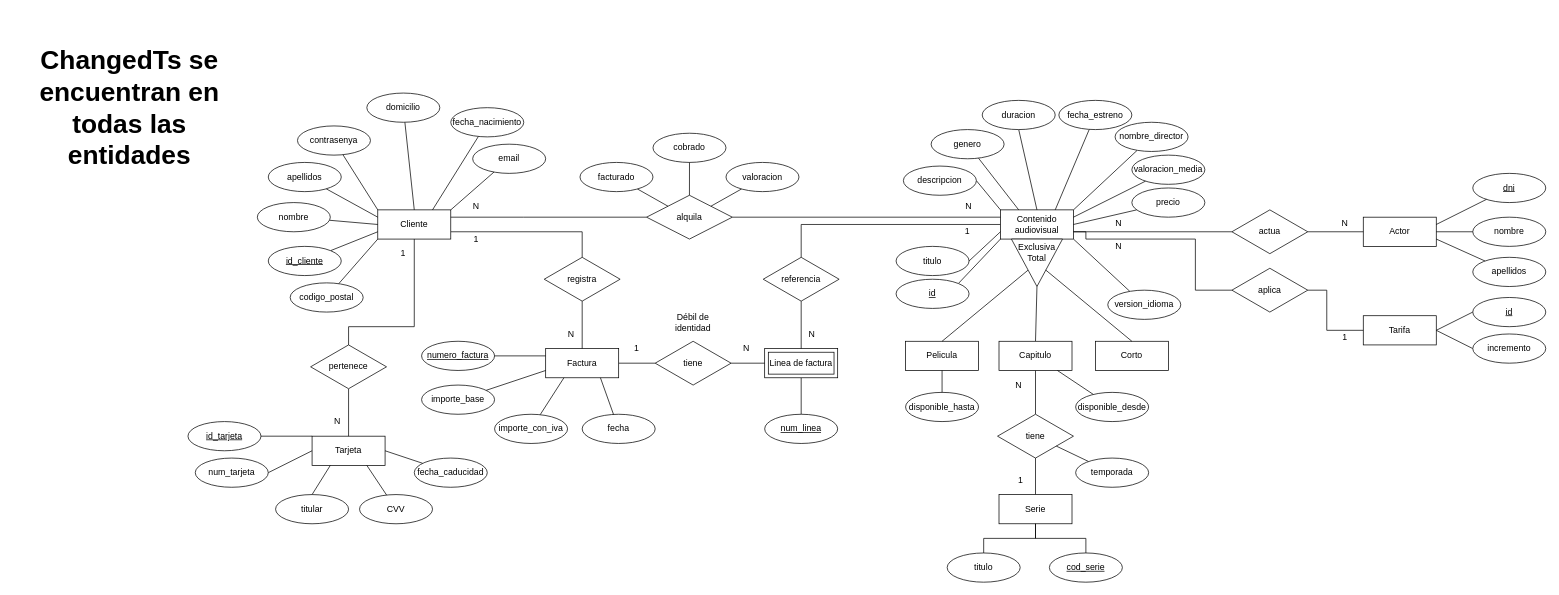
Above: Modelo Entidad-Relacion.drawio in Ivanmontesinos21/Proyecto_MiraVereda (draw.io), before the change. Source tidied: cells renumbered, new cells numbered last; positions are measured from the earlier drawing's top-left corner, leaving out a move shared by most shapes. Both pictures are drawn from the tidied source at 73%, with x=0, y=0 at pixel (12, 12).
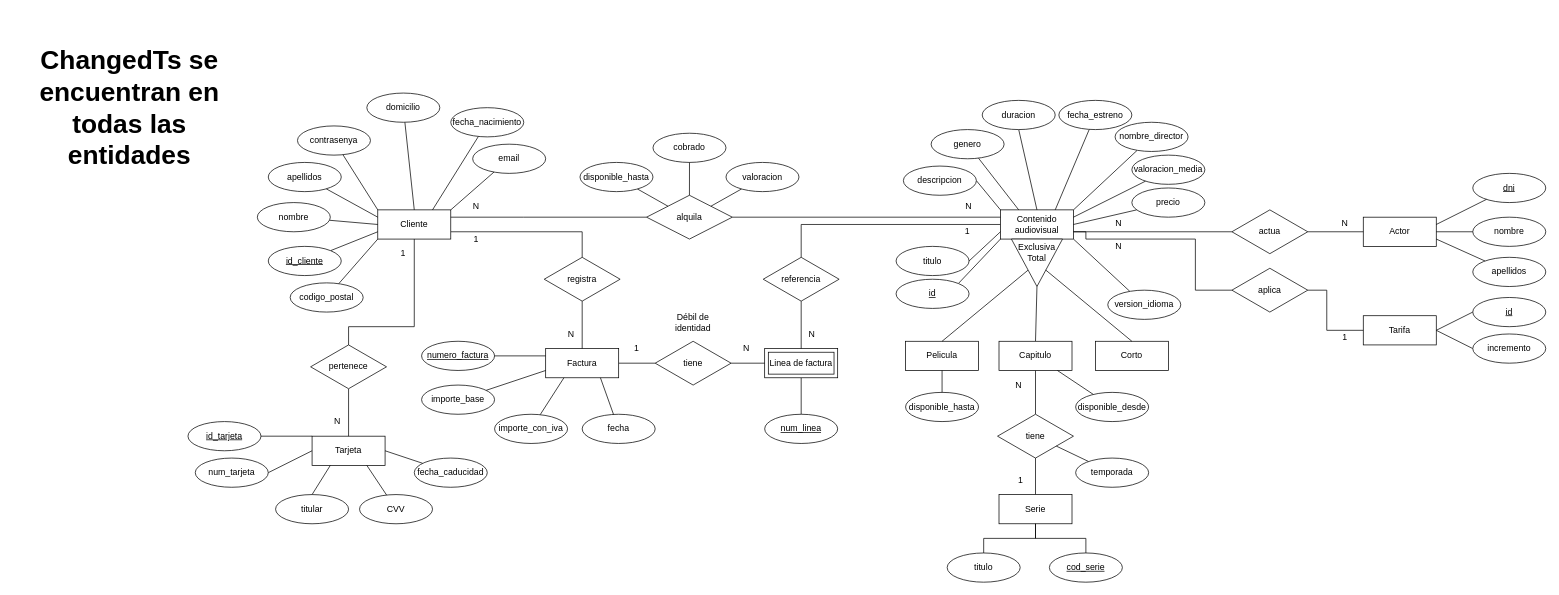
The same page after the edit.

What changed in the source:
```diff
@@
-    <mxCell id="112" value="facturado" style="ellipse;whiteSpace=wrap;html=1;align=center;" parent="1" vertex="1">
+    <mxCell id="112" value="disponible_hasta" style="ellipse;whiteSpace=wrap;html=1;align=center;" parent="1" vertex="1">
       <mxGeometry x="777" y="205" width="100" height="40" as="geometry" />
     </mxCell>
```
